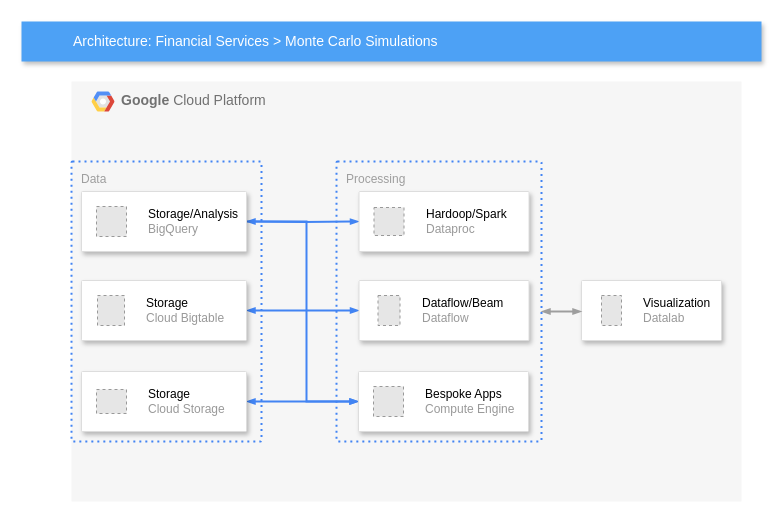
This is v0.drawio from TonyHatai/tibame_0612_1, a draw.io file, before an edit. Source tidied: cells renumbered, new cells numbered last; positions are measured from the earlier drawing's top-left corner, leaving out a move shared by most shapes. Both pictures are drawn from the tidied source at 100%, with x=0, y=0 at pixel (21, 21). Pictures stored in the file or linked from it are replaced by grey dashed boxes.
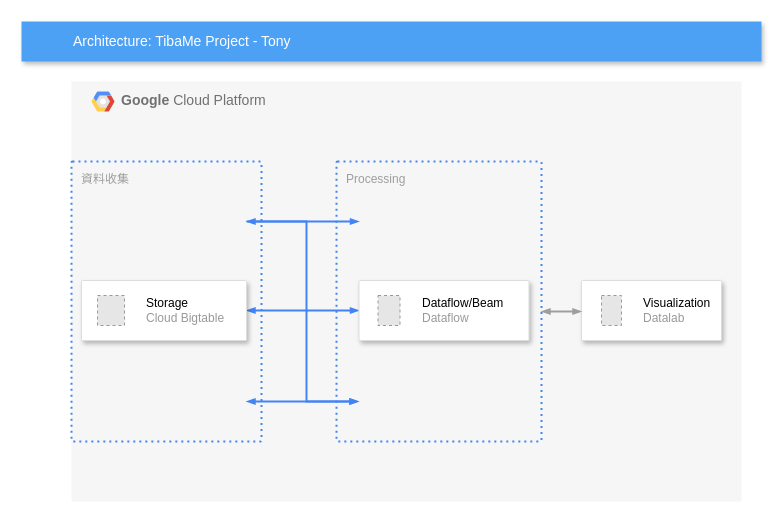
The same page after the edit.

Diff of the diagram source:
```diff
@@
-    <mxCell id="7" value="Data" style="rounded=1;absoluteArcSize=1;arcSize=2;html=1;strokeColor=#4284F3;gradientColor=none;shadow=0;dashed=1;fontSize=12;fontColor=#9E9E9E;align=left;verticalAlign=top;spacing=10;spacingTop=-4;fillColor=none;dashPattern=1 2;strokeWidth=2;" parent="1" vertex="1">
+    <mxCell id="7" value="資料收集" style="rounded=1;absoluteArcSize=1;arcSize=2;html=1;strokeColor=#4284F3;gradientColor=none;shadow=0;dashed=1;fontSize=12;fontColor=#9E9E9E;align=left;verticalAlign=top;spacing=10;spacingTop=-4;fillColor=none;dashPattern=1 2;strokeWidth=2;" parent="1" vertex="1">
       <mxGeometry x="50" y="140" width="190" height="280" as="geometry" />
     </mxCell>
-    <mxCell id="8" value="Architecture: Financial Services &amp;gt; Monte Carlo Simulations" style="fillColor=#4DA1F5;strokeColor=none;shadow=1;gradientColor=none;fontSize=14;align=left;spacingLeft=50;fontColor=#ffffff;html=1;" parent="1" vertex="1">
+    <mxCell id="8" value="Architecture: TibaMe Project - Tony" style="fillColor=#4DA1F5;strokeColor=none;shadow=1;gradientColor=none;fontSize=14;align=left;spacingLeft=50;fontColor=#ffffff;html=1;" parent="1" vertex="1">
       <mxGeometry width="740" height="40" as="geometry" />
     </mxCell>
@@
-    <mxCell id="10" style="edgeStyle=orthogonalEdgeStyle;rounded=0;html=1;labelBackgroundColor=none;startFill=1;startSize=4;endArrow=blockThin;endFill=1;endSize=4;jettySize=auto;strokeColor=#4284F3;strokeWidth=2;fontSize=12;fontColor=#000000;align=center;dashed=0;startArrow=blockThin;" parent="1" edge="1" source="18" target="24">
-      <mxGeometry relative="1" as="geometry" />
+    <mxCell id="10" style="edgeStyle=orthogonalEdgeStyle;rounded=0;html=1;labelBackgroundColor=none;startFill=1;startSize=4;endArrow=blockThin;endFill=1;endSize=4;jettySize=auto;orthogonalLoop=1;strokeColor=#4284F3;strokeWidth=2;fontSize=12;fontColor=#000000;align=center;dashed=0;startArrow=blockThin;" parent="1" edge="1">
+      <mxGeometry relative="1" as="geometry">
+        <mxPoint x="225" y="380" as="sourcePoint" />
+        <mxPoint x="337" y="380" as="targetPoint" />
+      </mxGeometry>
     </mxCell>
@@
-    <mxCell id="12" style="edgeStyle=orthogonalEdgeStyle;rounded=0;html=1;labelBackgroundColor=none;startFill=1;startSize=4;endArrow=blockThin;endFill=1;endSize=4;jettySize=auto;strokeColor=#4284F3;strokeWidth=2;fontSize=12;fontColor=#000000;align=center;dashed=0;" parent="1" edge="1" target="20">
+    <mxCell id="12" style="edgeStyle=orthogonalEdgeStyle;rounded=0;html=1;labelBackgroundColor=none;startFill=1;startSize=4;endArrow=blockThin;endFill=1;endSize=4;jettySize=auto;orthogonalLoop=1;strokeColor=#4284F3;strokeWidth=2;fontSize=12;fontColor=#000000;align=center;dashed=0;" parent="1" edge="1">
       <mxGeometry relative="1" as="geometry">
         <mxPoint x="225" y="200" as="sourcePoint" />
+        <mxPoint x="337.5" y="200" as="targetPoint" />
       </mxGeometry>
     </mxCell>
-    <mxCell id="13" style="edgeStyle=orthogonalEdgeStyle;rounded=0;html=1;labelBackgroundColor=none;startFill=1;startSize=4;endArrow=blockThin;endFill=1;endSize=4;jettySize=auto;strokeColor=#4284F3;strokeWidth=2;fontSize=12;fontColor=#000000;align=center;dashed=0;startArrow=blockThin;" parent="1" edge="1" source="14" target="24">
+    <mxCell id="13" style="edgeStyle=orthogonalEdgeStyle;rounded=0;html=1;labelBackgroundColor=none;startFill=1;startSize=4;endArrow=blockThin;endFill=1;endSize=4;jettySize=auto;orthogonalLoop=1;strokeColor=#4284F3;strokeWidth=2;fontSize=12;fontColor=#000000;align=center;dashed=0;startArrow=blockThin;" parent="1" edge="1">
       <mxGeometry relative="1" as="geometry">
+        <mxPoint x="225" y="200" as="sourcePoint" />
+        <mxPoint x="337" y="380" as="targetPoint" />
         <Array as="points">
           <mxPoint x="285" y="200" />
           <mxPoint x="285" y="380" />
         </Array>
       </mxGeometry>
     </mxCell>
-    <mxCell id="14" style="strokeColor=#dddddd;shadow=1;strokeWidth=1;rounded=1;absoluteArcSize=1;arcSize=2;" parent="1" vertex="1">
-      <mxGeometry x="60" y="170" width="165" height="60" as="geometry" />
-    </mxCell>
-    <mxCell id="15" value="&lt;font color=&quot;#000000&quot;&gt;Storage/Analysis&lt;/font&gt;&lt;br&gt;BigQuery" style="fillColor=#E6E6E6;strokeColor=#999999;dashed=1;html=1;fontColor=#999999;verticalLabelPosition=middle;verticalAlign=middle;labelPosition=right;align=left;spacingLeft=20;" parent="14" vertex="1">
-      <mxGeometry width="30" height="30" relative="1" as="geometry">
-        <mxPoint x="15" y="15" as="offset" />
-      </mxGeometry>
-    </mxCell>
@@
-    <mxCell id="18" style="strokeColor=#dddddd;shadow=1;strokeWidth=1;rounded=1;absoluteArcSize=1;arcSize=2;" parent="1" vertex="1">
-      <mxGeometry x="60" y="350" width="165" height="60" as="geometry" />
-    </mxCell>
-    <mxCell id="19" value="&lt;font color=&quot;#000000&quot;&gt;Storage&lt;/font&gt;&lt;br&gt;Cloud Storage" style="fillColor=#E6E6E6;strokeColor=#999999;dashed=1;html=1;fontColor=#999999;verticalLabelPosition=middle;verticalAlign=middle;labelPosition=right;align=left;spacingLeft=20;" parent="18" vertex="1">
-      <mxGeometry width="30" height="24" relative="1" as="geometry">
-        <mxPoint x="15" y="18" as="offset" />
-      </mxGeometry>
-    </mxCell>
-    <mxCell id="20" style="strokeColor=#dddddd;shadow=1;strokeWidth=1;rounded=1;absoluteArcSize=1;arcSize=2;" parent="1" vertex="1">
-      <mxGeometry x="337.5" y="170" width="170" height="60" as="geometry" />
-    </mxCell>
-    <mxCell id="21" value="&lt;font color=&quot;#000000&quot;&gt;Hardoop/Spark&lt;/font&gt;&lt;br&gt;Dataproc" style="fillColor=#E6E6E6;strokeColor=#999999;dashed=1;html=1;fontColor=#999999;verticalLabelPosition=middle;verticalAlign=middle;labelPosition=right;align=left;spacingLeft=20;" parent="20" vertex="1">
-      <mxGeometry width="30" height="28" relative="1" as="geometry">
-        <mxPoint x="15" y="16" as="offset" />
-      </mxGeometry>
-    </mxCell>
@@
-    <mxCell id="24" style="strokeColor=#dddddd;shadow=1;strokeWidth=1;rounded=1;absoluteArcSize=1;arcSize=2;" parent="1" vertex="1">
-      <mxGeometry x="337" y="350" width="170" height="60" as="geometry" />
-    </mxCell>
-    <mxCell id="25" value="&lt;font color=&quot;#000000&quot;&gt;Bespoke Apps&lt;/font&gt;&lt;br&gt;Compute Engine" style="fillColor=#E6E6E6;strokeColor=#999999;dashed=1;html=1;fontColor=#999999;verticalLabelPosition=middle;verticalAlign=middle;labelPosition=right;align=left;spacingLeft=20;" parent="24" vertex="1">
-      <mxGeometry width="30" height="30" relative="1" as="geometry">
-        <mxPoint x="15" y="15" as="offset" />
-      </mxGeometry>
-    </mxCell>
```
